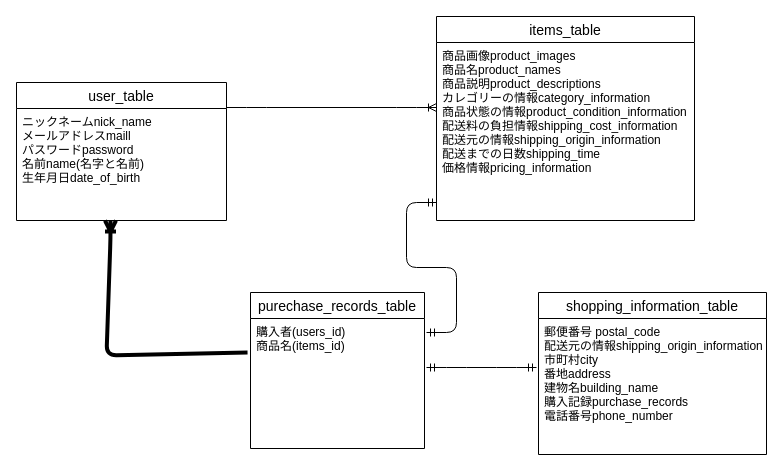
The draw.io diagram furima.dio in akixxxxx/furima-41469, before the edit. Source tidied: cells renumbered, new cells numbered last; positions are measured from the earlier drawing's top-left corner, leaving out a move shared by most shapes. Both pictures are drawn from the tidied source at 100%, with x=0, y=0 at pixel (16, 16).
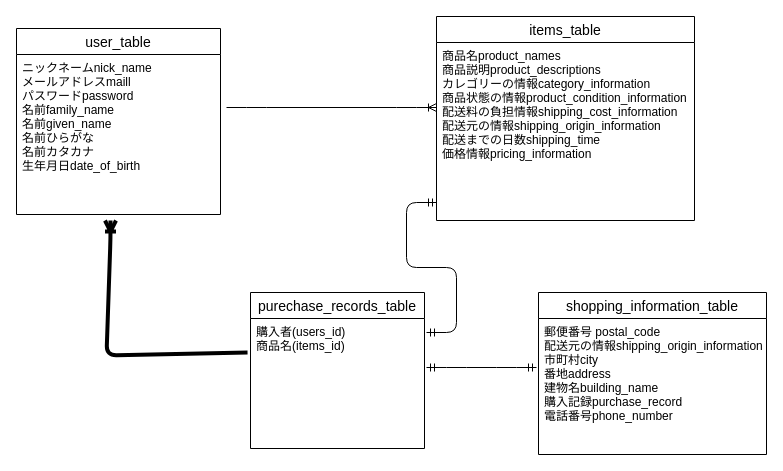
The same page after the edit.

Commit message (it also covers changes not shown here):
ER図とREADMEの修正5

The edit, as a diff of the source:
```diff
@@
 <mxGraphModel>
   <root>
     <mxCell id="0" />
     <mxCell id="1" parent="0" />
     <mxCell id="2" style="edgeStyle=entityRelationEdgeStyle;fontSize=12;html=1;endArrow=ERoneToMany;exitX=1;exitY=0.5;exitDx=0;exitDy=0;entryX=0;entryY=0.5;entryDx=0;entryDy=0;endFill=0;" parent="1" edge="1">
       <mxGeometry relative="1" as="geometry">
         <mxPoint x="210" y="91" as="sourcePoint" />
         <mxPoint x="420" y="91" as="targetPoint" />
       </mxGeometry>
     </mxCell>
     <mxCell id="3" style="edgeStyle=none;html=1;exitX=-0.017;exitY=0.262;exitDx=0;exitDy=0;endArrow=ERoneToMany;endFill=0;strokeWidth=4;rounded=1;strokeColor=default;exitPerimeter=0;" parent="1" edge="1" source="11">
       <mxGeometry relative="1" as="geometry">
         <mxPoint x="94" y="204" as="targetPoint" />
         <Array as="points">
           <mxPoint x="90" y="339" />
           <mxPoint x="94" y="222" />
         </Array>
       </mxGeometry>
     </mxCell>
     <mxCell id="4" style="edgeStyle=entityRelationEdgeStyle;fontSize=12;html=1;endArrow=ERmandOne;startArrow=ERmandOne;exitX=1;exitY=0.5;exitDx=0;exitDy=0;entryX=0;entryY=0.5;entryDx=0;entryDy=0;" parent="1" edge="1">
       <mxGeometry relative="1" as="geometry">
         <mxPoint x="410" y="351" as="sourcePoint" />
         <mxPoint x="520" y="351" as="targetPoint" />
       </mxGeometry>
     </mxCell>
     <mxCell id="5" style="edgeStyle=entityRelationEdgeStyle;fontSize=12;html=1;endArrow=ERmandOne;startArrow=ERmandOne;entryX=0;entryY=0.5;entryDx=0;entryDy=0;" parent="1" edge="1">
       <mxGeometry relative="1" as="geometry">
         <mxPoint x="410" y="316" as="sourcePoint" />
         <mxPoint x="420" y="186" as="targetPoint" />
       </mxGeometry>
     </mxCell>
     <mxCell id="6" value="user_table" style="swimlane;fontStyle=0;horizontal=1;startSize=26;align=center;fontSize=14;" parent="1" vertex="1">
-      <mxGeometry y="66" width="210" height="138" as="geometry" />
+      <mxGeometry y="12" width="204" height="186" as="geometry" />
     </mxCell>
-    <mxCell id="7" value="ニックネームnick_name&#10;メールアドレスmaill&#10;パスワードpassword&#10;名前name(名字と名前)&#10;生年月日date_of_birth&#10;" style="text;strokeColor=none;fillColor=none;spacingLeft=4;spacingRight=4;overflow=hidden;fontSize=12;" parent="6" vertex="1">
-      <mxGeometry y="26" width="210" height="112" as="geometry" />
+    <mxCell id="7" value="ニックネームnick_name&#10;メールアドレスmaill&#10;パスワードpassword&#10;名前family_name&#10;名前given_name&#10;名前ひらがな&#10;名前カタカナ&#10;生年月日date_of_birth&#10;" style="text;strokeColor=none;fillColor=none;spacingLeft=4;spacingRight=4;overflow=hidden;fontSize=12;" parent="6" vertex="1">
+      <mxGeometry y="26" width="204" height="160" as="geometry" />
     </mxCell>
     <mxCell id="8" value="items_table" style="swimlane;fontStyle=0;horizontal=1;startSize=26;align=center;fontSize=14;" parent="1" vertex="1">
       <mxGeometry x="420" width="258" height="204" as="geometry" />
     </mxCell>
-    <mxCell id="9" value="商品画像product_images&#10;商品名product_names&#10;商品説明product_descriptions&#10;カレゴリーの情報category_information&#10;商品状態の情報product_condition_information&#10;配送料の負担情報shipping_cost_information&#10;配送元の情報shipping_origin_information&#10;配送までの日数shipping_time&#10;価格情報pricing_information&#10;" style="text;strokeColor=none;fillColor=none;spacingLeft=4;spacingRight=4;overflow=hidden;fontSize=12;" parent="8" vertex="1">
+    <mxCell id="9" value="商品名product_names&#10;商品説明product_descriptions&#10;カレゴリーの情報category_information&#10;商品状態の情報product_condition_information&#10;配送料の負担情報shipping_cost_information&#10;配送元の情報shipping_origin_information&#10;配送までの日数shipping_time&#10;価格情報pricing_information&#10;" style="text;strokeColor=none;fillColor=none;spacingLeft=4;spacingRight=4;overflow=hidden;fontSize=12;" parent="8" vertex="1">
       <mxGeometry y="26" width="258" height="178" as="geometry" />
     </mxCell>
     <mxCell id="10" value="purechase_records_table" style="swimlane;fontStyle=0;horizontal=1;startSize=26;align=center;fontSize=14;" parent="1" vertex="1">
       <mxGeometry x="234" y="276" width="174" height="156" as="geometry" />
     </mxCell>
     <mxCell id="11" value="購入者(users_id)&#10;商品名(items_id)&#10;" style="text;strokeColor=none;fillColor=none;spacingLeft=4;spacingRight=4;overflow=hidden;points=[[0,0.5],[1,0.5]];portConstraint=eastwest;fontSize=12;" parent="10" vertex="1">
       <mxGeometry y="26" width="174" height="130" as="geometry" />
     </mxCell>
     <mxCell id="12" value="shopping_information_table" style="swimlane;fontStyle=0;horizontal=1;startSize=26;align=center;fontSize=14;" parent="1" vertex="1">
       <mxGeometry x="522" y="276" width="228" height="162" as="geometry" />
     </mxCell>
-    <mxCell id="13" value="郵便番号 postal_code&#10;配送元の情報shipping_origin_information&#10;市町村city&#10;番地address&#10;建物名building_name&#10;購入記録purchase_records&#10;電話番号phone_number&#10;" style="text;strokeColor=none;fillColor=none;spacingLeft=4;spacingRight=4;overflow=hidden;fontSize=12;" parent="12" vertex="1">
+    <mxCell id="13" value="郵便番号 postal_code&#10;配送元の情報shipping_origin_information&#10;市町村city&#10;番地address&#10;建物名building_name&#10;購入記録purchase_record&#10;電話番号phone_number&#10;" style="text;strokeColor=none;fillColor=none;spacingLeft=4;spacingRight=4;overflow=hidden;fontSize=12;" parent="12" vertex="1">
       <mxGeometry y="26" width="228" height="136" as="geometry" />
     </mxCell>
   </root>
 </mxGraphModel>
```
